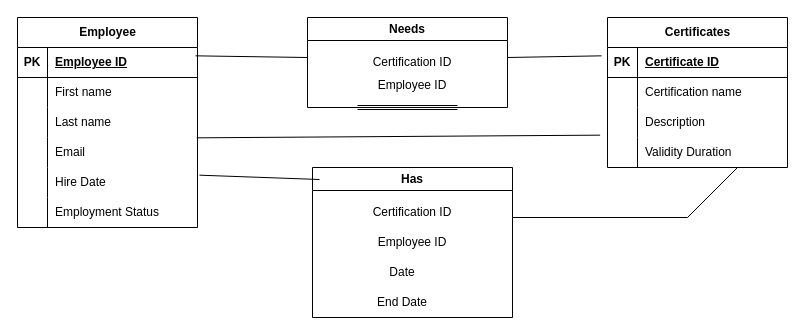
pkhanna-msky/Project-Peak keeps this draw.io diagram as Project Peak ER Diagram.drawio. Above is the earlier version. Source tidied: cells renumbered, new cells numbered last; positions are measured from the earlier drawing's top-left corner, leaving out a move shared by most shapes. Both pictures are drawn from the tidied source at 100%, with x=0, y=0 at pixel (17, 17).
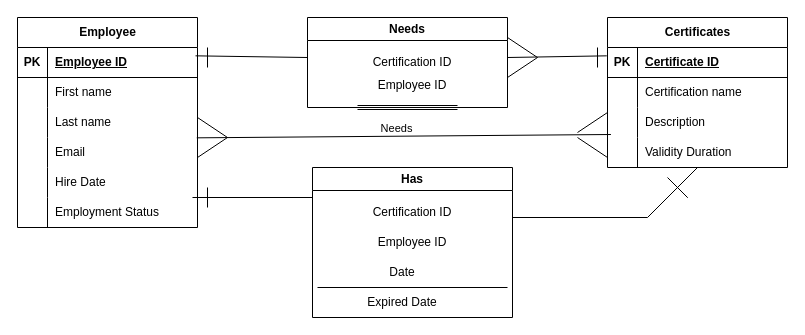
Above is the later version.

The change refers to these unchanged cells:
```xml
<mxCell id="9" style="shape=tableRow;horizontal=0;startSize=0;swimlaneHead=0;swimlaneBody=0;fillColor=none;points=[[0,0.5],[1,0.5]];portConstraint=eastwest;top=0;left=0;right=0;bottom=0;" parent="2" vertex="1">
  <mxGeometry y="90" width="180" height="30" as="geometry" />
</mxCell>
<mxCell id="15" style="shape=tableRow;horizontal=0;startSize=0;swimlaneHead=0;swimlaneBody=0;fillColor=none;points=[[0,0.5],[1,0.5]];portConstraint=eastwest;top=0;left=0;right=0;bottom=0;" parent="2" vertex="1">
  <mxGeometry y="150" width="180" height="30" as="geometry" />
</mxCell>
<mxCell id="22" style="shape=tableRow;horizontal=0;startSize=0;swimlaneHead=0;swimlaneBody=0;fillColor=none;points=[[0,0.5],[1,0.5]];portConstraint=eastwest;top=0;left=0;right=0;bottom=1;" parent="21" vertex="1">
  <mxGeometry y="30" width="180" height="30" as="geometry" />
</mxCell>
<mxCell id="31" style="shape=tableRow;horizontal=0;startSize=0;swimlaneHead=0;swimlaneBody=0;fillColor=none;points=[[0,0.5],[1,0.5]];portConstraint=eastwest;top=0;left=0;right=0;bottom=0;" parent="21" vertex="1">
  <mxGeometry y="120" width="180" height="30" as="geometry" />
</mxCell>
<mxCell id="38" value="Has" style="swimlane;whiteSpace=wrap;html=1;" parent="1" vertex="1">
  <mxGeometry x="295" y="150" width="200" height="150" as="geometry" />
</mxCell>
```

The edit, as a diff of the source:
```diff
@@
-    <mxCell id="34" style="endArrow=none;html=1;rounded=0;entryX=-0.041;entryY=-0.078;entryDx=0;entryDy=0;entryPerimeter=0;exitX=0.996;exitY=1.011;exitDx=0;exitDy=0;exitPerimeter=0;" parent="1" edge="1" source="9" target="31">
+    <mxCell id="34" style="endArrow=none;html=1;rounded=0;entryX=0.019;entryY=-0.1;entryDx=0;entryDy=0;entryPerimeter=0;exitX=0.996;exitY=1.011;exitDx=0;exitDy=0;exitPerimeter=0;" parent="1" edge="1" source="9" target="31">
       <mxGeometry relative="1" as="geometry" />
     </mxCell>
+    <mxCell id="49" value="Needs" style="edgeLabel;html=1;align=center;verticalAlign=middle;" parent="34" vertex="1">
+      <mxGeometry x="-0.04" y="8" relative="1" as="geometry" />
+    </mxCell>
@@
-    <mxCell id="42" value="End Date" style="text;html=1;whiteSpace=wrap;strokeColor=none;fillColor=none;align=center;verticalAlign=middle;rounded=0;" parent="38" vertex="1">
+    <mxCell id="42" value="Expired Date" style="text;html=1;whiteSpace=wrap;strokeColor=none;fillColor=none;align=center;verticalAlign=middle;rounded=0;" parent="38" vertex="1">
       <mxGeometry x="45" y="120" width="90" height="30" as="geometry" />
     </mxCell>
+    <mxCell id="50" style="endArrow=none;html=1;rounded=0;" parent="38" edge="1">
+      <mxGeometry relative="1" as="geometry">
+        <mxPoint x="5" y="120" as="sourcePoint" />
+        <mxPoint x="195" y="120" as="targetPoint" />
+      </mxGeometry>
+    </mxCell>
@@
-    <mxCell id="45" style="endArrow=none;html=1;rounded=0;exitX=0.989;exitY=0.278;exitDx=0;exitDy=0;exitPerimeter=0;entryX=-0.033;entryY=0.278;entryDx=0;entryDy=0;entryPerimeter=0;" parent="1" edge="1" target="22">
+    <mxCell id="45" style="endArrow=none;html=1;rounded=0;exitX=0.989;exitY=0.278;exitDx=0;exitDy=0;exitPerimeter=0;entryX=-0.004;entryY=0.278;entryDx=0;entryDy=0;entryPerimeter=0;" parent="1" edge="1" target="22">
       <mxGeometry relative="1" as="geometry">
         <mxPoint x="490" y="40" as="sourcePoint" />
       </mxGeometry>
     </mxCell>
-    <mxCell id="46" style="endArrow=none;html=1;rounded=0;exitX=1.011;exitY=0.256;exitDx=0;exitDy=0;exitPerimeter=0;" parent="1" edge="1" source="15">
+    <mxCell id="46" style="endArrow=none;html=1;rounded=0;" parent="1" edge="1">
       <mxGeometry relative="1" as="geometry">
-        <mxPoint x="302" y="162" as="targetPoint" />
+        <mxPoint x="175" y="180" as="sourcePoint" />
+        <mxPoint x="295" y="180" as="targetPoint" />
       </mxGeometry>
     </mxCell>
     <mxCell id="47" style="endArrow=none;html=1;rounded=0;exitX=1.011;exitY=0.256;exitDx=0;exitDy=0;exitPerimeter=0;" parent="1" edge="1">
       <mxGeometry relative="1" as="geometry">
         <mxPoint x="495" y="200" as="sourcePoint" />
-        <mxPoint x="670" y="200" as="targetPoint" />
+        <mxPoint x="630" y="200" as="targetPoint" />
       </mxGeometry>
     </mxCell>
     <mxCell id="48" style="endArrow=none;html=1;rounded=0;" parent="1" edge="1">
       <mxGeometry relative="1" as="geometry">
-        <mxPoint x="670" y="200" as="sourcePoint" />
-        <mxPoint x="720" y="150" as="targetPoint" />
+        <mxPoint x="630" y="200" as="sourcePoint" />
+        <mxPoint x="680" y="150" as="targetPoint" />
       </mxGeometry>
     </mxCell>
+    <mxCell id="51" style="endArrow=none;html=1;rounded=0;" parent="1" edge="1">
+      <mxGeometry relative="1" as="geometry">
+        <mxPoint x="210" y="120" as="sourcePoint" />
+        <mxPoint x="180" y="100" as="targetPoint" />
+      </mxGeometry>
+    </mxCell>
+    <mxCell id="52" style="endArrow=none;html=1;rounded=0;exitX=1;exitY=0;exitDx=0;exitDy=0;" parent="1" edge="1">
+      <mxGeometry relative="1" as="geometry">
+        <mxPoint x="180" y="140" as="sourcePoint" />
+        <mxPoint x="210" y="120" as="targetPoint" />
+      </mxGeometry>
+    </mxCell>
+    <mxCell id="53" style="endArrow=none;html=1;rounded=0;exitX=1;exitY=0;exitDx=0;exitDy=0;" parent="1" edge="1">
+      <mxGeometry relative="1" as="geometry">
+        <mxPoint x="490" y="60" as="sourcePoint" />
+        <mxPoint x="520" y="40" as="targetPoint" />
+      </mxGeometry>
+    </mxCell>
+    <mxCell id="54" style="endArrow=none;html=1;rounded=0;" parent="1" edge="1">
+      <mxGeometry relative="1" as="geometry">
+        <mxPoint x="520" y="40" as="sourcePoint" />
+        <mxPoint x="490" y="20" as="targetPoint" />
+      </mxGeometry>
+    </mxCell>
+    <mxCell id="55" style="endArrow=none;html=1;rounded=0;" parent="1" edge="1">
+      <mxGeometry relative="1" as="geometry">
+        <mxPoint x="660" y="170" as="sourcePoint" />
+        <mxPoint x="650" y="160" as="targetPoint" />
+        <Array as="points">
+          <mxPoint x="670" y="180" />
+        </Array>
+      </mxGeometry>
+    </mxCell>
+    <mxCell id="56" style="endArrow=none;html=1;rounded=0;" parent="1" edge="1">
+      <mxGeometry relative="1" as="geometry">
+        <mxPoint x="580" y="50" as="sourcePoint" />
+        <mxPoint x="580" y="30" as="targetPoint" />
+      </mxGeometry>
+    </mxCell>
+    <mxCell id="57" style="endArrow=none;html=1;rounded=0;" parent="1" edge="1">
+      <mxGeometry relative="1" as="geometry">
+        <mxPoint x="190" y="50" as="sourcePoint" />
+        <mxPoint x="190" y="30" as="targetPoint" />
+      </mxGeometry>
+    </mxCell>
+    <mxCell id="58" style="endArrow=none;html=1;rounded=0;" parent="1" edge="1">
+      <mxGeometry relative="1" as="geometry">
+        <mxPoint x="190" y="190" as="sourcePoint" />
+        <mxPoint x="190" y="170" as="targetPoint" />
+      </mxGeometry>
+    </mxCell>
+    <mxCell id="59" style="endArrow=none;html=1;rounded=0;" parent="1" edge="1">
+      <mxGeometry relative="1" as="geometry">
+        <mxPoint x="590" y="140" as="sourcePoint" />
+        <mxPoint x="560" y="120" as="targetPoint" />
+      </mxGeometry>
+    </mxCell>
+    <mxCell id="60" style="endArrow=none;html=1;rounded=0;exitX=1;exitY=0;exitDx=0;exitDy=0;" parent="1" edge="1">
+      <mxGeometry relative="1" as="geometry">
+        <mxPoint x="560" y="115" as="sourcePoint" />
+        <mxPoint x="590" y="95" as="targetPoint" />
+      </mxGeometry>
+    </mxCell>
```
